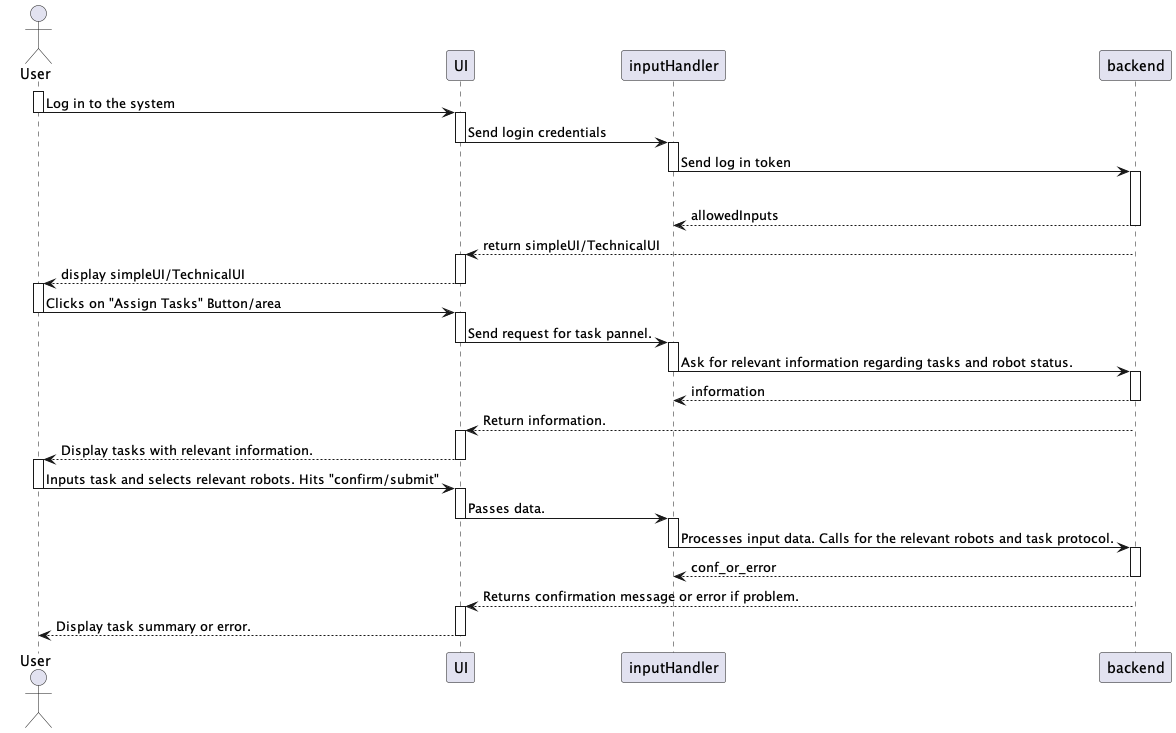
The PlantUML diagram docs/design/Sequence/User_To_UI/SV_Assign_Tasks.png in ur-swe-fa24/main-project-jeck-inc, before a commit.
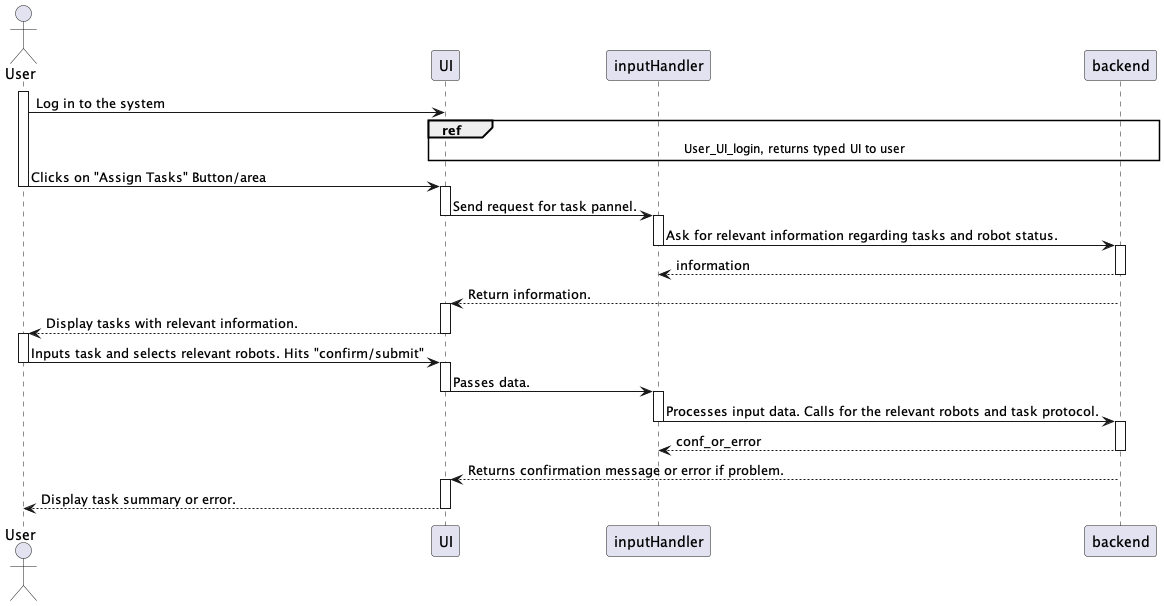
The same file after the commit.

The edit, as a diff of the source:
```diff
@@ -8,27 +8,7 @@
 
 activate User
 User -> UI: Log in to the system
-deactivate User
-
-activate UI
-UI -> inputHandler: Send login credentials
-deactivate UI
-
-activate inputHandler
-inputHandler -> backend: Send log in token
-deactivate inputHandler
-
-activate backend
-alt ifValidCredentials
-    return allowedInputs
-    backend --> UI: return simpleUI/TechnicalUI
-deactivate backend
-
-activate UI
-UI --> User: display simpleUI/TechnicalUI
-deactivate UI
-
-activate User
+ref over UI, inputHandler, backend : User_UI_login, returns typed UI to user
 User -> UI: Clicks on "Assign Tasks" Button/area
 deactivate User
 
```
